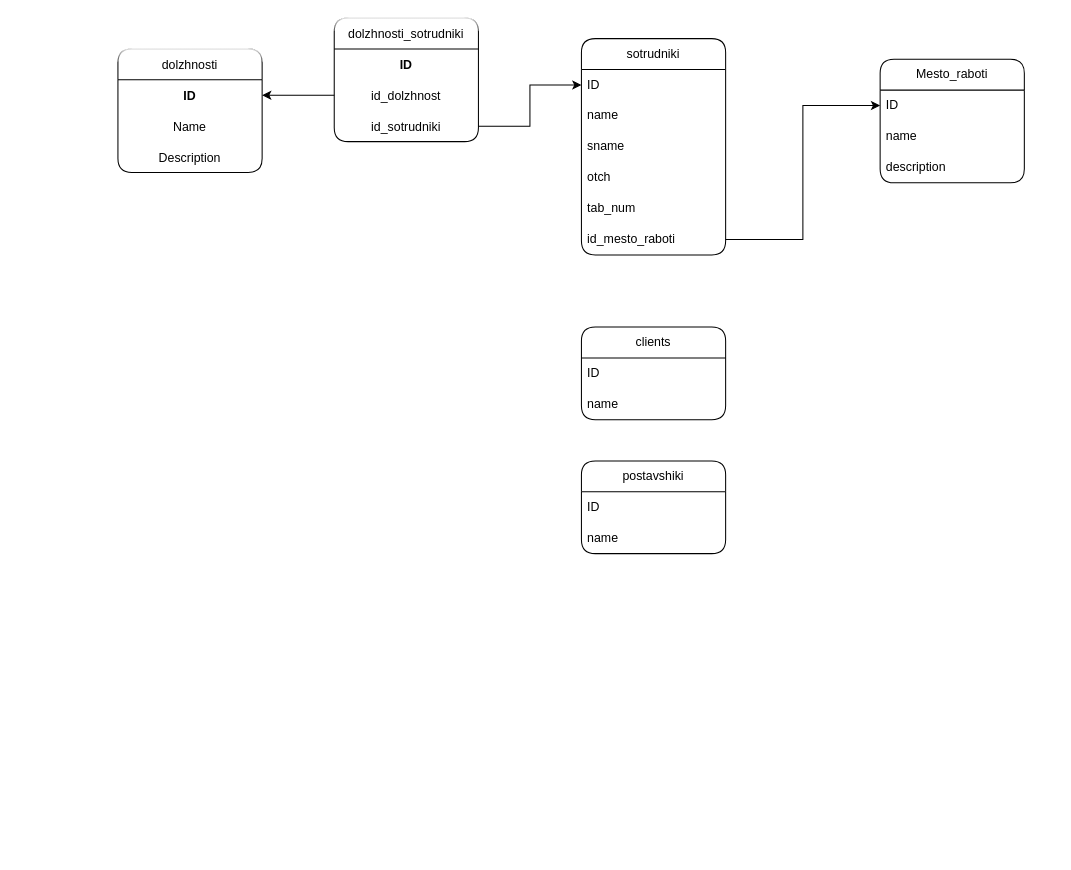
Above: АРМы.drawio in OGdanik/db_diagrams (draw.io), before the change. Source tidied: cells renumbered, new cells numbered last; positions are measured from the earlier drawing's top-left corner, leaving out a move shared by most shapes. Both pictures are drawn from the tidied source at 103%, with x=0, y=0 at pixel (117, 18).
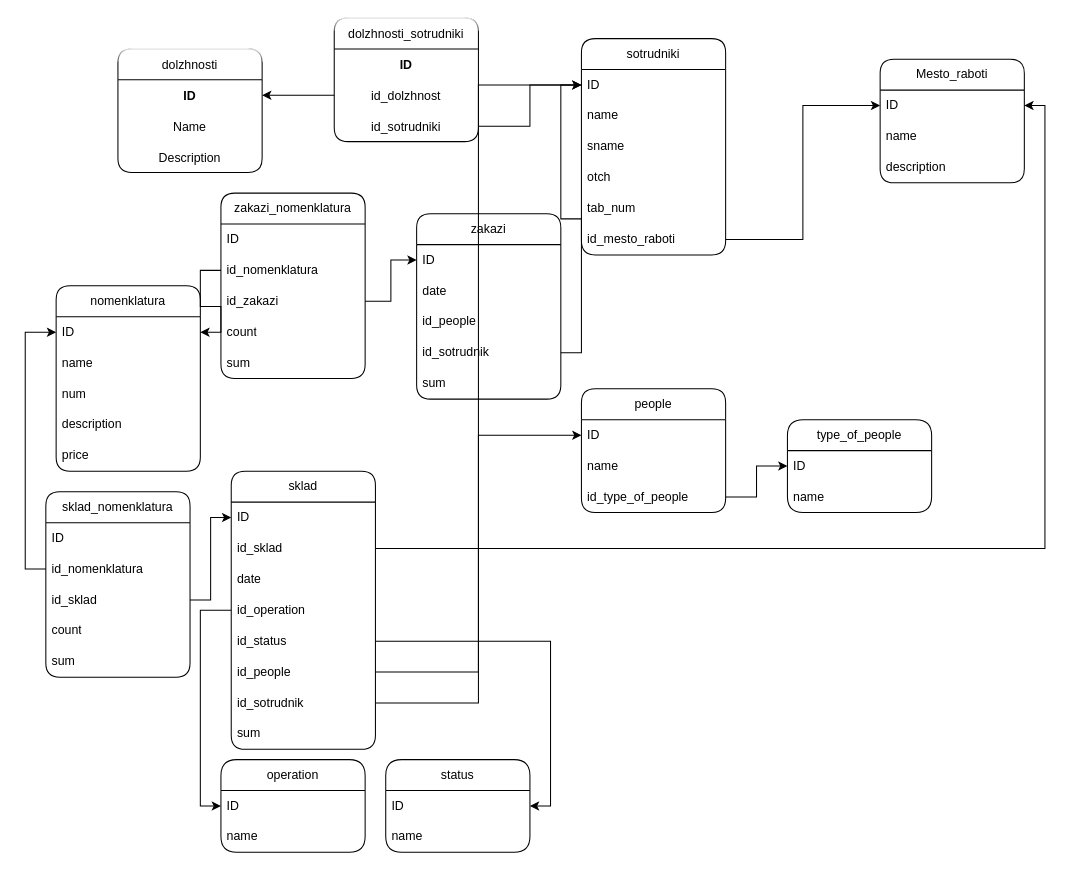
Above is the later version.

Unchanged cells that the change refers to:
```xml
<mxCell id="3" value="ID" style="text;strokeColor=none;fillColor=none;align=left;verticalAlign=middle;spacingLeft=4;spacingRight=4;overflow=hidden;points=[[0,0.5],[1,0.5]];portConstraint=eastwest;whiteSpace=wrap;html=1;" parent="2" vertex="1">
  <mxGeometry y="30" width="140" height="30" as="geometry" />
</mxCell>
<mxCell id="7" value="ID" style="text;strokeColor=none;fillColor=none;align=left;verticalAlign=middle;spacingLeft=4;spacingRight=4;overflow=hidden;points=[[0,0.5],[1,0.5]];portConstraint=eastwest;whiteSpace=wrap;html=1;" parent="6" vertex="1">
  <mxGeometry y="30" width="140" height="30" as="geometry" />
</mxCell>
<mxCell id="25" value="ID" style="text;strokeColor=none;fillColor=none;align=left;verticalAlign=middle;spacingLeft=4;spacingRight=4;overflow=hidden;points=[[0,0.5],[1,0.5]];portConstraint=eastwest;whiteSpace=wrap;html=1;" parent="24" vertex="1">
  <mxGeometry y="30" width="140" height="30" as="geometry" />
</mxCell>
```

Change to the diagram source:
```diff
@@
-    <mxCell id="24" value="clients" style="swimlane;fontStyle=0;horizontal=1;startSize=30;whiteSpace=wrap;html=1;fillStyle=auto;shadow=0;glass=0;rounded=1;" parent="1" vertex="1">
-      <mxGeometry x="450" y="300" width="140" height="90" as="geometry" />
+    <mxCell id="24" value="people" style="swimlane;fontStyle=0;horizontal=1;startSize=30;whiteSpace=wrap;html=1;fillStyle=auto;shadow=0;glass=0;rounded=1;" parent="1" vertex="1">
+      <mxGeometry x="450" y="360" width="140" height="120" as="geometry" />
     </mxCell>
@@
-    <mxCell id="27" value="postavshiki" style="swimlane;fontStyle=0;horizontal=1;startSize=30;whiteSpace=wrap;html=1;fillStyle=auto;shadow=0;glass=0;rounded=1;" parent="1" vertex="1">
-      <mxGeometry x="450" y="430" width="140" height="90" as="geometry" />
-    </mxCell>
-    <mxCell id="28" value="ID" style="text;strokeColor=none;fillColor=none;align=left;verticalAlign=middle;spacingLeft=4;spacingRight=4;overflow=hidden;whiteSpace=wrap;html=1;" parent="27" vertex="1">
-      <mxGeometry y="30" width="140" height="30" as="geometry" />
-    </mxCell>
-    <mxCell id="29" value="name" style="text;strokeColor=none;fillColor=none;align=left;verticalAlign=middle;spacingLeft=4;spacingRight=4;overflow=hidden;whiteSpace=wrap;html=1;" parent="27" vertex="1">
-      <mxGeometry y="60" width="140" height="30" as="geometry" />
-    </mxCell>
+    <mxCell id="30" value="id_type_of_people" style="text;strokeColor=none;fillColor=none;align=left;verticalAlign=middle;spacingLeft=4;spacingRight=4;overflow=hidden;points=[[0,0.5],[1,0.5]];portConstraint=eastwest;whiteSpace=wrap;html=1;" parent="24" vertex="1">
+      <mxGeometry y="90" width="140" height="30" as="geometry" />
+    </mxCell>
+    <mxCell id="31" value="nomenklatura" style="swimlane;fontStyle=0;horizontal=1;startSize=30;whiteSpace=wrap;html=1;fillStyle=auto;shadow=0;glass=0;rounded=1;" parent="1" vertex="1">
+      <mxGeometry x="-60" y="260" width="140" height="180" as="geometry" />
+    </mxCell>
+    <mxCell id="32" value="ID" style="text;strokeColor=none;fillColor=none;align=left;verticalAlign=middle;spacingLeft=4;spacingRight=4;overflow=hidden;points=[[0,0.5],[1,0.5]];portConstraint=eastwest;whiteSpace=wrap;html=1;" parent="31" vertex="1">
+      <mxGeometry y="30" width="140" height="30" as="geometry" />
+    </mxCell>
+    <mxCell id="33" value="name" style="text;strokeColor=none;fillColor=none;align=left;verticalAlign=middle;spacingLeft=4;spacingRight=4;overflow=hidden;whiteSpace=wrap;html=1;" parent="31" vertex="1">
+      <mxGeometry y="60" width="140" height="30" as="geometry" />
+    </mxCell>
+    <mxCell id="34" value="num" style="text;strokeColor=none;fillColor=none;align=left;verticalAlign=middle;spacingLeft=4;spacingRight=4;overflow=hidden;whiteSpace=wrap;html=1;" parent="31" vertex="1">
+      <mxGeometry y="90" width="140" height="30" as="geometry" />
+    </mxCell>
+    <mxCell id="35" value="description" style="text;strokeColor=none;fillColor=none;align=left;verticalAlign=middle;spacingLeft=4;spacingRight=4;overflow=hidden;whiteSpace=wrap;html=1;" parent="31" vertex="1">
+      <mxGeometry y="120" width="140" height="30" as="geometry" />
+    </mxCell>
+    <mxCell id="36" value="price" style="text;strokeColor=none;fillColor=none;align=left;verticalAlign=middle;spacingLeft=4;spacingRight=4;overflow=hidden;whiteSpace=wrap;html=1;" parent="31" vertex="1">
+      <mxGeometry y="150" width="140" height="30" as="geometry" />
+    </mxCell>
+    <mxCell id="37" value="sklad" style="swimlane;fontStyle=0;horizontal=1;startSize=30;whiteSpace=wrap;html=1;fillStyle=auto;shadow=0;glass=0;rounded=1;" parent="1" vertex="1">
+      <mxGeometry x="110" y="440" width="140" height="270" as="geometry" />
+    </mxCell>
+    <mxCell id="38" value="ID" style="text;strokeColor=none;fillColor=none;align=left;verticalAlign=middle;spacingLeft=4;spacingRight=4;overflow=hidden;points=[[0,0.5],[1,0.5]];portConstraint=eastwest;whiteSpace=wrap;html=1;" parent="37" vertex="1">
+      <mxGeometry y="30" width="140" height="30" as="geometry" />
+    </mxCell>
+    <mxCell id="39" value="id_sklad" style="text;strokeColor=none;fillColor=none;align=left;verticalAlign=middle;spacingLeft=4;spacingRight=4;overflow=hidden;points=[[0,0.5],[1,0.5]];portConstraint=eastwest;whiteSpace=wrap;html=1;" parent="37" vertex="1">
+      <mxGeometry y="60" width="140" height="30" as="geometry" />
+    </mxCell>
+    <mxCell id="40" value="date" style="text;strokeColor=none;fillColor=none;align=left;verticalAlign=middle;spacingLeft=4;spacingRight=4;overflow=hidden;whiteSpace=wrap;html=1;" parent="37" vertex="1">
+      <mxGeometry y="90" width="140" height="30" as="geometry" />
+    </mxCell>
+    <mxCell id="41" value="id_operation" style="text;strokeColor=none;fillColor=none;align=left;verticalAlign=middle;spacingLeft=4;spacingRight=4;overflow=hidden;points=[[0,0.5],[1,0.5]];portConstraint=eastwest;whiteSpace=wrap;html=1;" parent="37" vertex="1">
+      <mxGeometry y="120" width="140" height="30" as="geometry" />
+    </mxCell>
+    <mxCell id="42" value="id_status" style="text;strokeColor=none;fillColor=none;align=left;verticalAlign=middle;spacingLeft=4;spacingRight=4;overflow=hidden;points=[[0,0.5],[1,0.5]];portConstraint=eastwest;whiteSpace=wrap;html=1;" parent="37" vertex="1">
+      <mxGeometry y="150" width="140" height="30" as="geometry" />
+    </mxCell>
+    <mxCell id="43" value="id_people" style="text;strokeColor=none;fillColor=none;align=left;verticalAlign=middle;spacingLeft=4;spacingRight=4;overflow=hidden;points=[[0,0.5],[1,0.5]];portConstraint=eastwest;whiteSpace=wrap;html=1;" parent="37" vertex="1">
+      <mxGeometry y="180" width="140" height="30" as="geometry" />
+    </mxCell>
+    <mxCell id="44" value="id_sotrudnik" style="text;strokeColor=none;fillColor=none;align=left;verticalAlign=middle;spacingLeft=4;spacingRight=4;overflow=hidden;points=[[0,0.5],[1,0.5]];portConstraint=eastwest;whiteSpace=wrap;html=1;" parent="37" vertex="1">
+      <mxGeometry y="210" width="140" height="30" as="geometry" />
+    </mxCell>
+    <mxCell id="45" value="sum" style="text;strokeColor=none;fillColor=none;align=left;verticalAlign=middle;spacingLeft=4;spacingRight=4;overflow=hidden;whiteSpace=wrap;html=1;" parent="37" vertex="1">
+      <mxGeometry y="240" width="140" height="30" as="geometry" />
+    </mxCell>
+    <mxCell id="46" value="operation" style="swimlane;fontStyle=0;horizontal=1;startSize=30;whiteSpace=wrap;html=1;fillStyle=auto;shadow=0;glass=0;rounded=1;arcSize=17;" parent="1" vertex="1">
+      <mxGeometry x="100" y="720" width="140" height="90" as="geometry" />
+    </mxCell>
+    <mxCell id="47" value="ID" style="text;strokeColor=none;fillColor=none;align=left;verticalAlign=middle;spacingLeft=4;spacingRight=4;overflow=hidden;points=[[0,0.5],[1,0.5]];portConstraint=eastwest;whiteSpace=wrap;html=1;" parent="46" vertex="1">
+      <mxGeometry y="30" width="140" height="30" as="geometry" />
+    </mxCell>
+    <mxCell id="48" value="name" style="text;strokeColor=none;fillColor=none;align=left;verticalAlign=middle;spacingLeft=4;spacingRight=4;overflow=hidden;whiteSpace=wrap;html=1;" parent="46" vertex="1">
+      <mxGeometry y="60" width="140" height="30" as="geometry" />
+    </mxCell>
+    <mxCell id="49" style="edgeStyle=orthogonalEdgeStyle;rounded=0;jettySize=auto;html=1;exitX=0;exitY=0.5;exitDx=0;exitDy=0;entryX=0;entryY=0.5;entryDx=0;entryDy=0;" parent="1" edge="1" source="41" target="47">
+      <mxGeometry relative="1" as="geometry" />
+    </mxCell>
+    <mxCell id="50" value="sklad_nomenklatura" style="swimlane;fontStyle=0;horizontal=1;startSize=30;whiteSpace=wrap;html=1;fillStyle=auto;shadow=0;glass=0;rounded=1;" parent="1" vertex="1">
+      <mxGeometry x="-70" y="460" width="140" height="180" as="geometry" />
+    </mxCell>
+    <mxCell id="51" value="ID" style="text;strokeColor=none;fillColor=none;align=left;verticalAlign=middle;spacingLeft=4;spacingRight=4;overflow=hidden;whiteSpace=wrap;html=1;" parent="50" vertex="1">
+      <mxGeometry y="30" width="140" height="30" as="geometry" />
+    </mxCell>
+    <mxCell id="52" value="id_nomenklatura" style="text;strokeColor=none;fillColor=none;align=left;verticalAlign=middle;spacingLeft=4;spacingRight=4;overflow=hidden;points=[[0,0.5],[1,0.5]];portConstraint=eastwest;whiteSpace=wrap;html=1;" parent="50" vertex="1">
+      <mxGeometry y="60" width="140" height="30" as="geometry" />
+    </mxCell>
+    <mxCell id="53" value="id_sklad" style="text;strokeColor=none;fillColor=none;align=left;verticalAlign=middle;spacingLeft=4;spacingRight=4;overflow=hidden;points=[[0,0.5],[1,0.5]];portConstraint=eastwest;whiteSpace=wrap;html=1;" parent="50" vertex="1">
+      <mxGeometry y="90" width="140" height="30" as="geometry" />
+    </mxCell>
+    <mxCell id="54" value="count" style="text;strokeColor=none;fillColor=none;align=left;verticalAlign=middle;spacingLeft=4;spacingRight=4;overflow=hidden;whiteSpace=wrap;html=1;" parent="50" vertex="1">
+      <mxGeometry y="120" width="140" height="30" as="geometry" />
+    </mxCell>
+    <mxCell id="55" value="sum" style="text;strokeColor=none;fillColor=none;align=left;verticalAlign=middle;spacingLeft=4;spacingRight=4;overflow=hidden;whiteSpace=wrap;html=1;" parent="50" vertex="1">
+      <mxGeometry y="150" width="140" height="30" as="geometry" />
+    </mxCell>
+    <mxCell id="56" style="edgeStyle=orthogonalEdgeStyle;rounded=0;jettySize=auto;html=1;exitX=1;exitY=0.5;exitDx=0;exitDy=0;entryX=1;entryY=0.5;entryDx=0;entryDy=0;" parent="1" edge="1" source="39" target="3">
+      <mxGeometry relative="1" as="geometry" />
+    </mxCell>
+    <mxCell id="57" style="edgeStyle=orthogonalEdgeStyle;rounded=0;jettySize=auto;html=1;exitX=0;exitY=0.5;exitDx=0;exitDy=0;entryX=0;entryY=0.5;entryDx=0;entryDy=0;" parent="1" edge="1" source="52" target="32">
+      <mxGeometry relative="1" as="geometry" />
+    </mxCell>
+    <mxCell id="58" style="edgeStyle=orthogonalEdgeStyle;rounded=0;jettySize=auto;html=1;exitX=1;exitY=0.5;exitDx=0;exitDy=0;entryX=0;entryY=0.5;entryDx=0;entryDy=0;" parent="1" edge="1" source="53" target="38">
+      <mxGeometry relative="1" as="geometry" />
+    </mxCell>
+    <mxCell id="59" value="status" style="swimlane;fontStyle=0;horizontal=1;startSize=30;whiteSpace=wrap;html=1;fillStyle=auto;shadow=0;glass=0;rounded=1;arcSize=17;" parent="1" vertex="1">
+      <mxGeometry x="260" y="720" width="140" height="90" as="geometry" />
+    </mxCell>
+    <mxCell id="60" value="ID" style="text;strokeColor=none;fillColor=none;align=left;verticalAlign=middle;spacingLeft=4;spacingRight=4;overflow=hidden;points=[[0,0.5],[1,0.5]];portConstraint=eastwest;whiteSpace=wrap;html=1;" parent="59" vertex="1">
+      <mxGeometry y="30" width="140" height="30" as="geometry" />
+    </mxCell>
+    <mxCell id="61" value="name" style="text;strokeColor=none;fillColor=none;align=left;verticalAlign=middle;spacingLeft=4;spacingRight=4;overflow=hidden;whiteSpace=wrap;html=1;" parent="59" vertex="1">
+      <mxGeometry y="60" width="140" height="30" as="geometry" />
+    </mxCell>
+    <mxCell id="62" style="edgeStyle=orthogonalEdgeStyle;rounded=0;jettySize=auto;html=1;entryX=1;entryY=0.5;entryDx=0;entryDy=0;" parent="1" edge="1" source="42" target="60">
+      <mxGeometry relative="1" as="geometry" />
+    </mxCell>
+    <mxCell id="63" value="type_of_people" style="swimlane;fontStyle=0;horizontal=1;startSize=30;whiteSpace=wrap;html=1;fillStyle=auto;shadow=0;glass=0;rounded=1;arcSize=17;" parent="1" vertex="1">
+      <mxGeometry x="650" y="390" width="140" height="90" as="geometry" />
+    </mxCell>
+    <mxCell id="64" value="ID" style="text;strokeColor=none;fillColor=none;align=left;verticalAlign=middle;spacingLeft=4;spacingRight=4;overflow=hidden;whiteSpace=wrap;html=1;" parent="63" vertex="1">
+      <mxGeometry y="30" width="140" height="30" as="geometry" />
+    </mxCell>
+    <mxCell id="65" value="name" style="text;strokeColor=none;fillColor=none;align=left;verticalAlign=middle;spacingLeft=4;spacingRight=4;overflow=hidden;whiteSpace=wrap;html=1;" parent="63" vertex="1">
+      <mxGeometry y="60" width="140" height="30" as="geometry" />
+    </mxCell>
+    <mxCell id="66" style="edgeStyle=orthogonalEdgeStyle;rounded=0;jettySize=auto;html=1;exitX=1;exitY=0.5;exitDx=0;exitDy=0;entryX=0;entryY=0.5;entryDx=0;entryDy=0;" parent="1" edge="1" source="30" target="63">
+      <mxGeometry relative="1" as="geometry" />
+    </mxCell>
+    <mxCell id="67" style="edgeStyle=orthogonalEdgeStyle;rounded=0;jettySize=auto;html=1;entryX=0;entryY=0.5;entryDx=0;entryDy=0;" parent="1" edge="1" source="43" target="25">
+      <mxGeometry relative="1" as="geometry" />
+    </mxCell>
+    <mxCell id="68" value="zakazi_nomenklatura" style="swimlane;fontStyle=0;horizontal=1;startSize=30;whiteSpace=wrap;html=1;fillStyle=auto;shadow=0;glass=0;rounded=1;" parent="1" vertex="1">
+      <mxGeometry x="100" y="170" width="140" height="180" as="geometry" />
+    </mxCell>
+    <mxCell id="69" value="ID" style="text;strokeColor=none;fillColor=none;align=left;verticalAlign=middle;spacingLeft=4;spacingRight=4;overflow=hidden;whiteSpace=wrap;html=1;" parent="68" vertex="1">
+      <mxGeometry y="30" width="140" height="30" as="geometry" />
+    </mxCell>
+    <mxCell id="70" value="id_nomenklatura" style="text;strokeColor=none;fillColor=none;align=left;verticalAlign=middle;spacingLeft=4;spacingRight=4;overflow=hidden;points=[[0,0.5],[1,0.5]];portConstraint=eastwest;whiteSpace=wrap;html=1;" parent="68" vertex="1">
+      <mxGeometry y="60" width="140" height="30" as="geometry" />
+    </mxCell>
+    <mxCell id="71" value="id_zakazi" style="text;strokeColor=none;fillColor=none;align=left;verticalAlign=middle;spacingLeft=4;spacingRight=4;overflow=hidden;points=[[0,0.5],[1,0.5]];portConstraint=eastwest;whiteSpace=wrap;html=1;" parent="68" vertex="1">
+      <mxGeometry y="90" width="140" height="30" as="geometry" />
+    </mxCell>
+    <mxCell id="72" value="count" style="text;strokeColor=none;fillColor=none;align=left;verticalAlign=middle;spacingLeft=4;spacingRight=4;overflow=hidden;whiteSpace=wrap;html=1;" parent="68" vertex="1">
+      <mxGeometry y="120" width="140" height="30" as="geometry" />
+    </mxCell>
+    <mxCell id="73" value="sum" style="text;strokeColor=none;fillColor=none;align=left;verticalAlign=middle;spacingLeft=4;spacingRight=4;overflow=hidden;whiteSpace=wrap;html=1;" parent="68" vertex="1">
+      <mxGeometry y="150" width="140" height="30" as="geometry" />
+    </mxCell>
+    <mxCell id="74" style="edgeStyle=orthogonalEdgeStyle;rounded=0;jettySize=auto;html=1;exitX=0;exitY=0.5;exitDx=0;exitDy=0;entryX=1;entryY=0.5;entryDx=0;entryDy=0;" parent="1" edge="1" source="70" target="32">
+      <mxGeometry relative="1" as="geometry" />
+    </mxCell>
+    <mxCell id="75" style="edgeStyle=orthogonalEdgeStyle;rounded=0;jettySize=auto;html=1;exitX=1;exitY=0.5;exitDx=0;exitDy=0;entryX=0;entryY=0.5;entryDx=0;entryDy=0;" parent="1" edge="1" source="71" target="77">
+      <mxGeometry relative="1" as="geometry" />
+    </mxCell>
+    <mxCell id="76" value="zakazi" style="swimlane;fontStyle=0;horizontal=1;startSize=30;whiteSpace=wrap;html=1;rounded=1;shadow=0;glass=0;sketch=0;fillStyle=auto;" parent="1" vertex="1">
+      <mxGeometry x="290" y="190" width="140" height="180" as="geometry" />
+    </mxCell>
+    <mxCell id="77" value="ID" style="text;strokeColor=none;fillColor=none;align=left;verticalAlign=middle;spacingLeft=4;spacingRight=4;overflow=hidden;points=[[0,0.5],[1,0.5]];portConstraint=eastwest;whiteSpace=wrap;html=1;rounded=1;shadow=0;glass=0;sketch=0;fillStyle=auto;" parent="76" vertex="1">
+      <mxGeometry y="30" width="140" height="30" as="geometry" />
+    </mxCell>
+    <mxCell id="78" value="date" style="text;strokeColor=none;fillColor=none;align=left;verticalAlign=middle;spacingLeft=4;spacingRight=4;overflow=hidden;whiteSpace=wrap;html=1;rounded=1;shadow=0;glass=0;sketch=0;fillStyle=auto;" parent="76" vertex="1">
+      <mxGeometry y="60" width="140" height="30" as="geometry" />
+    </mxCell>
+    <mxCell id="79" value="id_people" style="text;strokeColor=none;fillColor=none;align=left;verticalAlign=middle;spacingLeft=4;spacingRight=4;overflow=hidden;whiteSpace=wrap;html=1;rounded=1;shadow=0;glass=0;sketch=0;fillStyle=auto;" parent="76" vertex="1">
+      <mxGeometry y="90" width="140" height="30" as="geometry" />
+    </mxCell>
+    <mxCell id="80" value="id_sotrudnik" style="text;strokeColor=none;fillColor=none;align=left;verticalAlign=middle;spacingLeft=4;spacingRight=4;overflow=hidden;points=[[0,0.5],[1,0.5]];portConstraint=eastwest;whiteSpace=wrap;html=1;rounded=1;shadow=0;glass=0;sketch=0;fillStyle=auto;" parent="76" vertex="1">
+      <mxGeometry y="120" width="140" height="30" as="geometry" />
+    </mxCell>
+    <mxCell id="81" value="sum" style="text;strokeColor=none;fillColor=none;align=left;verticalAlign=middle;spacingLeft=4;spacingRight=4;overflow=hidden;whiteSpace=wrap;html=1;rounded=1;shadow=0;glass=0;sketch=0;fillStyle=auto;" parent="76" vertex="1">
+      <mxGeometry y="150" width="140" height="30" as="geometry" />
+    </mxCell>
+    <mxCell id="82" style="edgeStyle=orthogonalEdgeStyle;rounded=0;jettySize=auto;html=1;endArrow=none;" parent="1" edge="1" source="44" target="7">
+      <mxGeometry relative="1" as="geometry" />
+    </mxCell>
+    <mxCell id="83" style="edgeStyle=orthogonalEdgeStyle;rounded=0;jettySize=auto;html=1;exitX=1;exitY=0.5;exitDx=0;exitDy=0;entryX=0;entryY=0.5;entryDx=0;entryDy=0;" parent="1" edge="1" source="80" target="7">
+      <mxGeometry relative="1" as="geometry" />
+    </mxCell>
```
